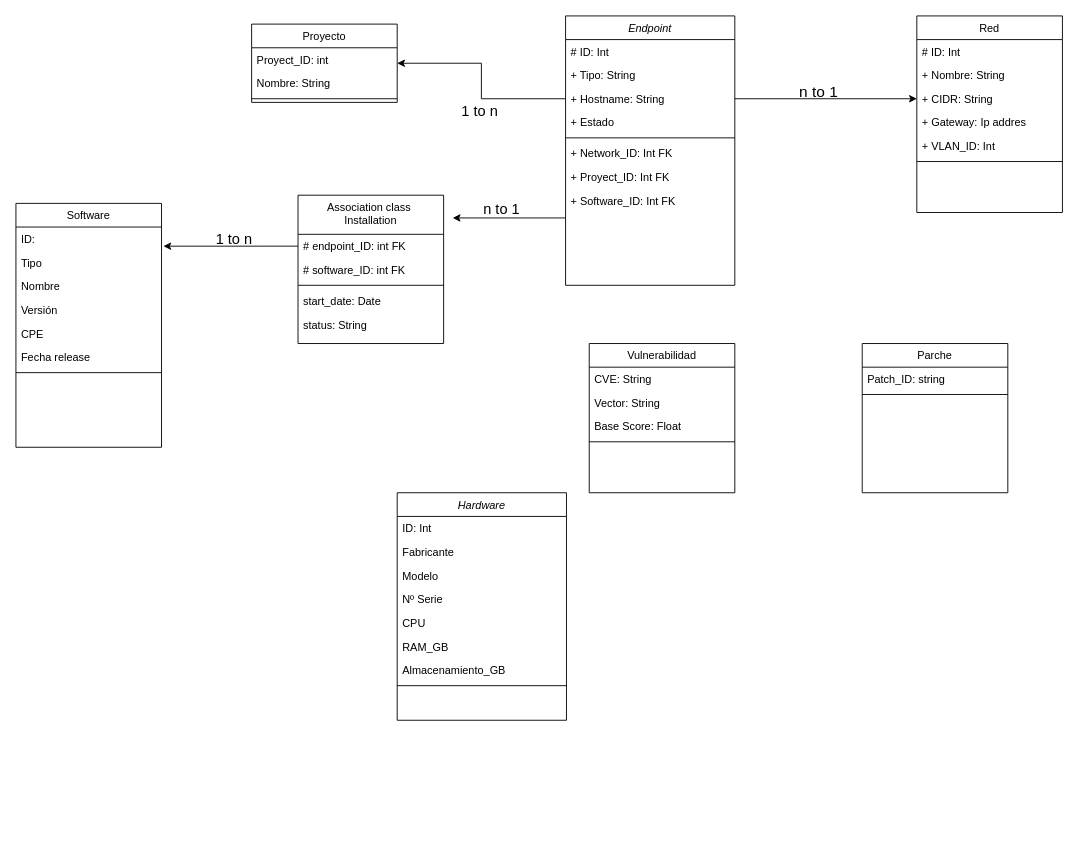
The draw.io diagram bbdd_TFM(1).drawio in TFM-UCM-Ciberseguridad-2026/BBDD, before the edit. Source tidied: cells renumbered, new cells numbered last; positions are measured from the earlier drawing's top-left corner, leaving out a move shared by most shapes. Both pictures are drawn from the tidied source at 91%, with x=0, y=0 at pixel (15, 15).
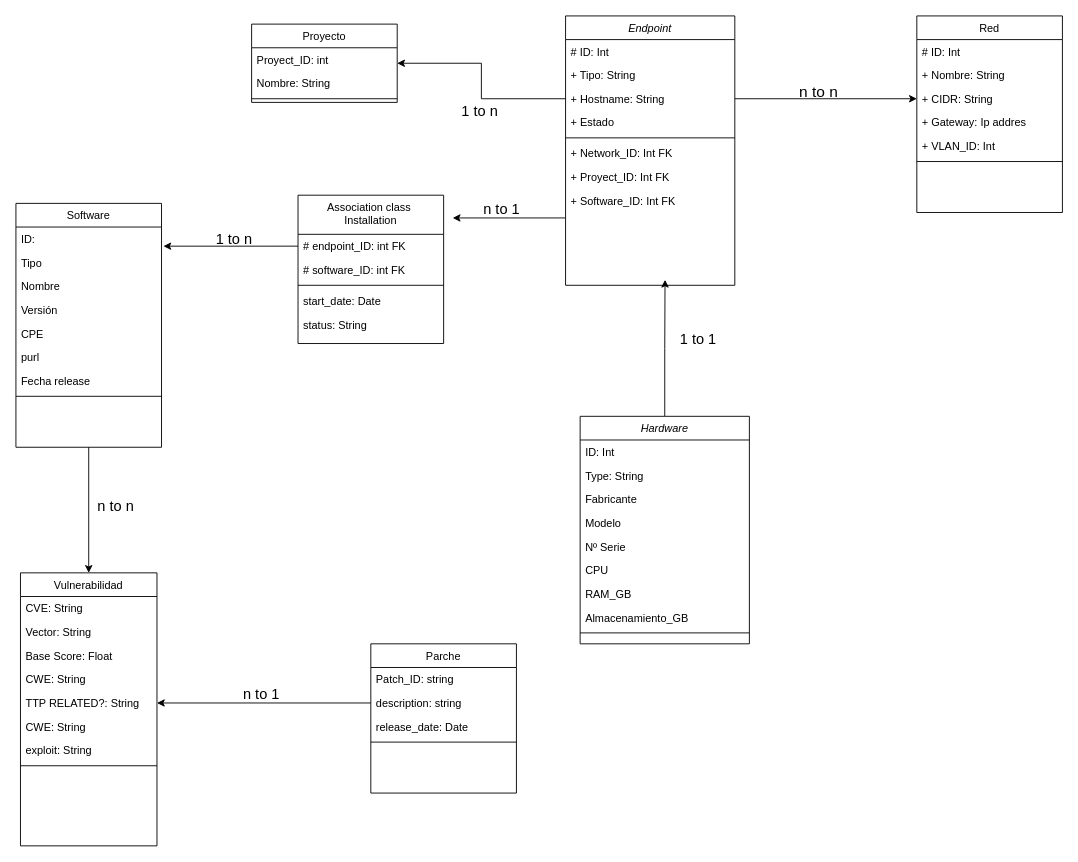
After the change.

The change refers to these unchanged cells:
```xml
<mxCell id="11" value="Software" style="swimlane;fontStyle=0;align=center;verticalAlign=top;horizontal=1;startSize=26;rounded=0;shadow=0;strokeWidth=1;" parent="1" vertex="1">
  <mxGeometry y="206" width="160" height="268" as="geometry" />
</mxCell>
```

Change to the diagram source:
```diff
@@
+    <mxCell id="61" style="edgeStyle=orthogonalEdgeStyle;rounded=0;jettySize=auto;html=1;exitX=0.5;exitY=1;exitDx=0;exitDy=0;" parent="1" edge="1" source="11" target="19">
+      <mxGeometry relative="1" as="geometry" />
+    </mxCell>
@@
+    <mxCell id="62" value="purl" style="text;align=left;verticalAlign=top;spacingLeft=4;spacingRight=4;overflow=hidden;fontStyle=0;" parent="11" vertex="1">
+      <mxGeometry y="156" width="160" height="26" as="geometry" />
+    </mxCell>
     <mxCell id="17" value="Fecha release" style="text;align=left;verticalAlign=top;spacingLeft=4;spacingRight=4;overflow=hidden;fontStyle=0;" parent="11" vertex="1">
-      <mxGeometry y="156" width="160" height="26" as="geometry" />
+      <mxGeometry y="182" width="160" height="26" as="geometry" />
     </mxCell>
     <mxCell id="18" style="line;html=1;strokeWidth=1;align=left;verticalAlign=middle;spacingTop=-1;spacingLeft=3;spacingRight=3;labelPosition=right;" parent="11" vertex="1">
-      <mxGeometry y="182" width="160" height="8" as="geometry" />
+      <mxGeometry y="208" width="160" height="8" as="geometry" />
     </mxCell>
     <mxCell id="19" value="Vulnerabilidad" style="swimlane;fontStyle=0;align=center;verticalAlign=top;horizontal=1;startSize=26;rounded=0;shadow=0;strokeWidth=1;" parent="1" vertex="1">
-      <mxGeometry x="630" y="360" width="160" height="164" as="geometry" />
+      <mxGeometry x="5" y="612" width="150" height="300" as="geometry" />
     </mxCell>
     <mxCell id="20" value="CVE: String" style="text;align=left;verticalAlign=top;spacingLeft=4;spacingRight=4;overflow=hidden;" parent="19" vertex="1">
-      <mxGeometry y="26" width="160" height="26" as="geometry" />
+      <mxGeometry y="26" width="150" height="26" as="geometry" />
     </mxCell>
     <mxCell id="21" value="Vector: String" style="text;align=left;verticalAlign=top;spacingLeft=4;spacingRight=4;overflow=hidden;" parent="19" vertex="1">
-      <mxGeometry y="52" width="160" height="26" as="geometry" />
+      <mxGeometry y="52" width="150" height="26" as="geometry" />
     </mxCell>
     <mxCell id="22" value="Base Score: Float" style="text;align=left;verticalAlign=top;spacingLeft=4;spacingRight=4;overflow=hidden;" parent="19" vertex="1">
-      <mxGeometry y="78" width="160" height="26" as="geometry" />
+      <mxGeometry y="78" width="150" height="26" as="geometry" />
     </mxCell>
+    <mxCell id="63" value="CWE: String" style="text;align=left;verticalAlign=top;spacingLeft=4;spacingRight=4;overflow=hidden;" parent="19" vertex="1">
+      <mxGeometry y="104" width="150" height="26" as="geometry" />
+    </mxCell>
+    <mxCell id="64" value="TTP RELATED?: String" style="text;align=left;verticalAlign=top;spacingLeft=4;spacingRight=4;overflow=hidden;points=[[0,0.5],[1,0.5]];portConstraint=eastwest;" parent="19" vertex="1">
+      <mxGeometry y="130" width="150" height="26" as="geometry" />
+    </mxCell>
+    <mxCell id="65" value="CWE: String" style="text;align=left;verticalAlign=top;spacingLeft=4;spacingRight=4;overflow=hidden;" parent="19" vertex="1">
+      <mxGeometry y="156" width="150" height="26" as="geometry" />
+    </mxCell>
+    <mxCell id="66" value="exploit: String" style="text;align=left;verticalAlign=top;spacingLeft=4;spacingRight=4;overflow=hidden;" parent="19" vertex="1">
+      <mxGeometry y="182" width="150" height="26" as="geometry" />
+    </mxCell>
     <mxCell id="23" style="line;html=1;strokeWidth=1;align=left;verticalAlign=middle;spacingTop=-1;spacingLeft=3;spacingRight=3;labelPosition=right;" parent="19" vertex="1">
-      <mxGeometry y="104" width="160" height="8" as="geometry" />
+      <mxGeometry y="208" width="150" height="8" as="geometry" />
     </mxCell>
@@
     <mxCell id="31" value="Parche" style="swimlane;fontStyle=0;align=center;verticalAlign=top;horizontal=1;startSize=26;rounded=0;shadow=0;strokeWidth=1;" parent="1" vertex="1">
-      <mxGeometry x="930" y="360" width="160" height="164" as="geometry" />
+      <mxGeometry x="390" y="690" width="160" height="164" as="geometry" />
     </mxCell>
@@
+    <mxCell id="67" value="description: string" style="text;align=left;verticalAlign=top;spacingLeft=4;spacingRight=4;overflow=hidden;points=[[0,0.5],[1,0.5]];portConstraint=eastwest;" parent="31" vertex="1">
+      <mxGeometry y="52" width="160" height="26" as="geometry" />
+    </mxCell>
+    <mxCell id="68" value="release_date: Date" style="text;align=left;verticalAlign=top;spacingLeft=4;spacingRight=4;overflow=hidden;" parent="31" vertex="1">
+      <mxGeometry y="78" width="160" height="26" as="geometry" />
+    </mxCell>
     <mxCell id="33" style="line;html=1;strokeWidth=1;align=left;verticalAlign=middle;spacingTop=-1;spacingLeft=3;spacingRight=3;labelPosition=right;" parent="31" vertex="1">
-      <mxGeometry y="52" width="160" height="8" as="geometry" />
+      <mxGeometry y="104" width="160" height="8" as="geometry" />
     </mxCell>
@@
+    <mxCell id="69" style="edgeStyle=orthogonalEdgeStyle;rounded=0;jettySize=auto;html=1;exitX=0.5;exitY=0;exitDx=0;exitDy=0;" parent="1" edge="1" source="38">
+      <mxGeometry relative="1" as="geometry">
+        <mxPoint x="713.3" y="290" as="targetPoint" />
+      </mxGeometry>
+    </mxCell>
     <mxCell id="38" value="Hardware" style="swimlane;fontStyle=2;align=center;verticalAlign=top;horizontal=1;startSize=26;rounded=0;shadow=0;strokeWidth=1;" parent="1" vertex="1">
-      <mxGeometry x="419" y="524" width="186" height="250" as="geometry" />
+      <mxGeometry x="620" y="440" width="186" height="250" as="geometry" />
     </mxCell>
+    <mxCell id="70" value="ID: Int" style="text;align=left;verticalAlign=top;spacingLeft=4;spacingRight=4;overflow=hidden;" parent="38" vertex="1">
+      <mxGeometry y="26" width="186" height="26" as="geometry" />
+    </mxCell>
-    <mxCell id="39" value="ID: Int" style="text;align=left;verticalAlign=top;spacingLeft=4;spacingRight=4;overflow=hidden;" parent="38" vertex="1">
-      <mxGeometry y="26" width="186" height="26" as="geometry" />
+    <mxCell id="39" value="Type: String" style="text;align=left;verticalAlign=top;spacingLeft=4;spacingRight=4;overflow=hidden;" parent="38" vertex="1">
+      <mxGeometry y="52" width="186" height="26" as="geometry" />
     </mxCell>
     <mxCell id="40" value="Fabricante" style="text;align=left;verticalAlign=top;spacingLeft=4;spacingRight=4;overflow=hidden;rounded=0;shadow=0;html=0;" parent="38" vertex="1">
-      <mxGeometry y="52" width="186" height="26" as="geometry" />
+      <mxGeometry y="78" width="186" height="26" as="geometry" />
     </mxCell>
     <mxCell id="41" value="Modelo" style="text;align=left;verticalAlign=top;spacingLeft=4;spacingRight=4;overflow=hidden;rounded=0;shadow=0;html=0;" parent="38" vertex="1">
-      <mxGeometry y="78" width="186" height="26" as="geometry" />
+      <mxGeometry y="104" width="186" height="26" as="geometry" />
     </mxCell>
     <mxCell id="42" value="Nº Serie" style="text;align=left;verticalAlign=top;spacingLeft=4;spacingRight=4;overflow=hidden;rounded=0;shadow=0;html=0;" parent="38" vertex="1">
-      <mxGeometry y="104" width="186" height="26" as="geometry" />
+      <mxGeometry y="130" width="186" height="26" as="geometry" />
     </mxCell>
     <mxCell id="43" value="CPU" style="text;align=left;verticalAlign=top;spacingLeft=4;spacingRight=4;overflow=hidden;rounded=0;shadow=0;html=0;" parent="38" vertex="1">
-      <mxGeometry y="130" width="186" height="26" as="geometry" />
+      <mxGeometry y="156" width="186" height="26" as="geometry" />
     </mxCell>
     <mxCell id="44" value="RAM_GB" style="text;align=left;verticalAlign=top;spacingLeft=4;spacingRight=4;overflow=hidden;rounded=0;shadow=0;html=0;" parent="38" vertex="1">
-      <mxGeometry y="156" width="186" height="26" as="geometry" />
+      <mxGeometry y="182" width="186" height="26" as="geometry" />
     </mxCell>
     <mxCell id="45" value="Almacenamiento_GB" style="text;align=left;verticalAlign=top;spacingLeft=4;spacingRight=4;overflow=hidden;rounded=0;shadow=0;html=0;" parent="38" vertex="1">
-      <mxGeometry y="182" width="186" height="26" as="geometry" />
+      <mxGeometry y="208" width="186" height="26" as="geometry" />
     </mxCell>
     <mxCell id="46" style="line;html=1;strokeWidth=1;align=left;verticalAlign=middle;spacingTop=-1;spacingLeft=3;spacingRight=3;labelPosition=right;" parent="38" vertex="1">
-      <mxGeometry y="208" width="186" height="8" as="geometry" />
+      <mxGeometry y="234" width="186" height="8" as="geometry" />
     </mxCell>
@@
-    <mxCell id="48" value="&lt;font style=&quot;font-size: 17px;&quot;&gt;&amp;nbsp;n to 1&lt;/font&gt;" style="text;html=1;whiteSpace=wrap;strokeColor=none;fillColor=none;align=center;verticalAlign=middle;rounded=0;" parent="1" vertex="1">
+    <mxCell id="48" value="&lt;font style=&quot;font-size: 17px;&quot;&gt;&amp;nbsp;n to n&lt;/font&gt;" style="text;html=1;whiteSpace=wrap;strokeColor=none;fillColor=none;align=center;verticalAlign=middle;rounded=0;" parent="1" vertex="1">
       <mxGeometry x="810" y="70" width="140" height="30" as="geometry" />
     </mxCell>
@@
+    <mxCell id="71" value="&lt;div&gt;&lt;font style=&quot;font-size: 16px;&quot;&gt;n to n&lt;/font&gt;&lt;/div&gt;" style="text;html=1;whiteSpace=wrap;strokeColor=none;fillColor=none;align=center;verticalAlign=middle;rounded=0;" parent="1" vertex="1">
+      <mxGeometry x="40" y="524" width="140" height="30" as="geometry" />
+    </mxCell>
+    <mxCell id="72" style="edgeStyle=orthogonalEdgeStyle;rounded=0;jettySize=auto;html=1;exitX=0;exitY=0.5;exitDx=0;exitDy=0;entryX=1;entryY=0.5;entryDx=0;entryDy=0;" parent="1" edge="1" source="67" target="64">
+      <mxGeometry relative="1" as="geometry" />
+    </mxCell>
+    <mxCell id="73" value="&lt;div&gt;&lt;font style=&quot;font-size: 16px;&quot;&gt;n to 1&lt;/font&gt;&lt;/div&gt;" style="text;html=1;whiteSpace=wrap;strokeColor=none;fillColor=none;align=center;verticalAlign=middle;rounded=0;" parent="1" vertex="1">
+      <mxGeometry x="200" y="730" width="140" height="30" as="geometry" />
+    </mxCell>
+    <mxCell id="74" value="&lt;font style=&quot;font-size: 16px;&quot;&gt;1&amp;nbsp;&lt;/font&gt;&lt;font style=&quot;font-size: 16px;&quot;&gt;to 1&lt;/font&gt;" style="text;html=1;whiteSpace=wrap;strokeColor=none;fillColor=none;align=center;verticalAlign=middle;rounded=0;" parent="1" vertex="1">
+      <mxGeometry x="680" y="340" width="140" height="30" as="geometry" />
+    </mxCell>
```
